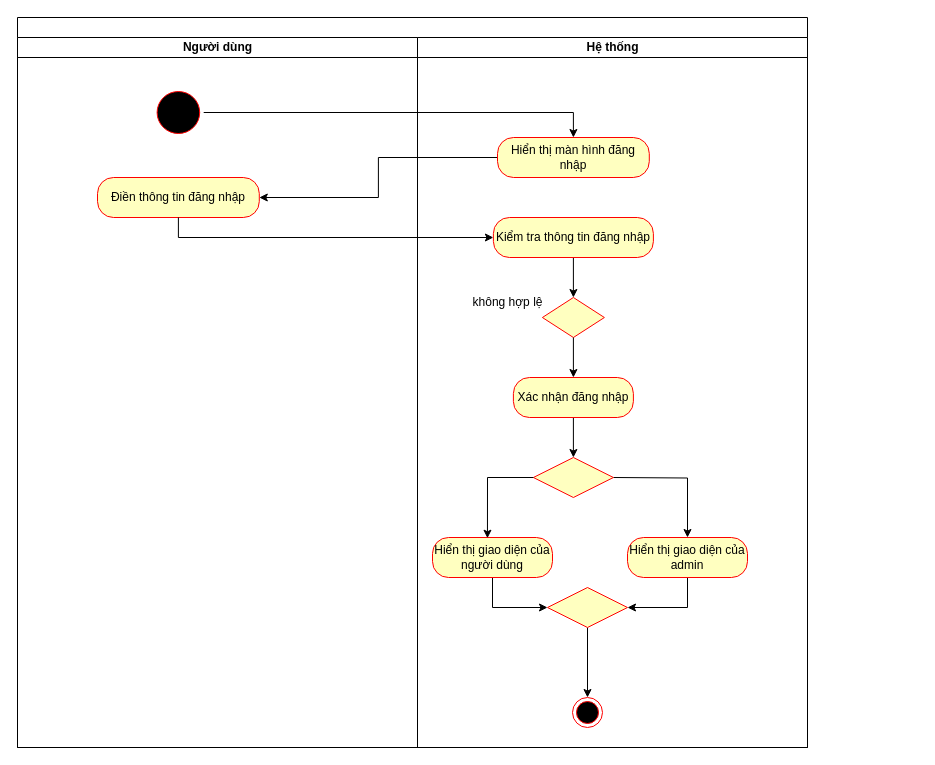
Earlier version of the draw.io diagram dangnhap.drawio (nhan-ntt/SE). Source tidied: cells renumbered, new cells numbered last; positions are measured from the earlier drawing's top-left corner, leaving out a move shared by most shapes. Both pictures are drawn from the tidied source at 100%, with x=0, y=0 at pixel (17, 17).
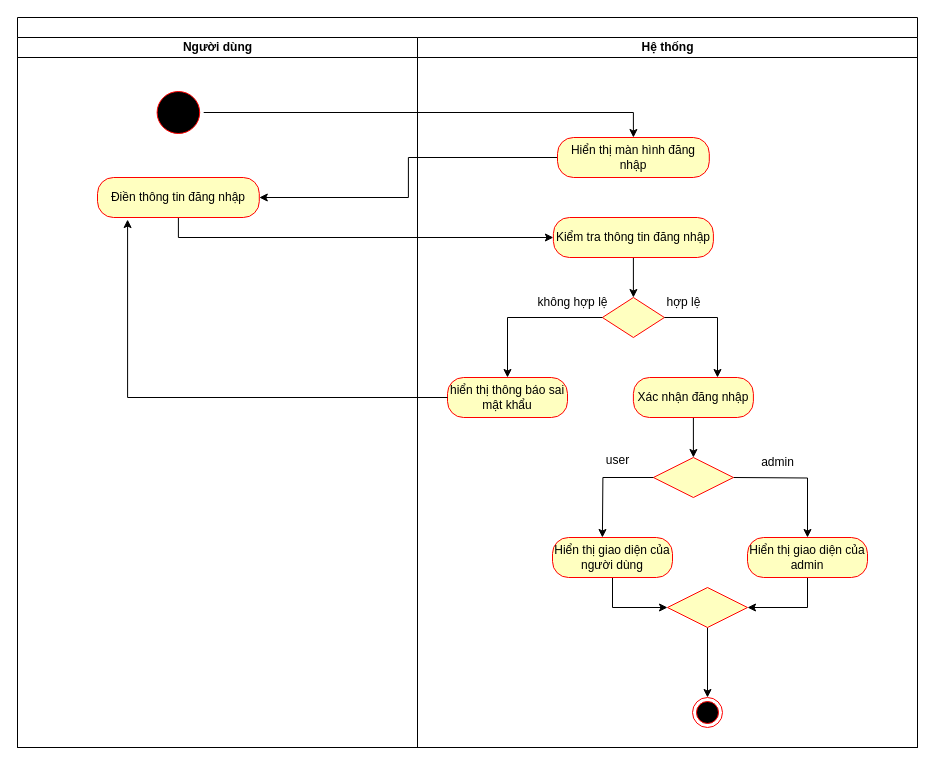
Above is the later version.

Unchanged cells that the change refers to:
```xml
<mxCell id="4" style="ellipse;shape=startState;fillColor=#000000;strokeColor=#ff0000;" parent="3" vertex="1">
  <mxGeometry x="135.6" y="50" width="50.6" height="50" as="geometry" />
</mxCell>
<mxCell id="5" value="Điền thông tin đăng nhập" style="rounded=1;whiteSpace=wrap;html=1;arcSize=40;fontColor=#000000;fillColor=#ffffc0;strokeColor=#ff0000;" parent="3" vertex="1">
  <mxGeometry x="80" y="140" width="161.8" height="40" as="geometry" />
</mxCell>
```

Diff of the diagram source:
```diff
@@
     <mxCell id="2" style="swimlane;startSize=20;html=1;" parent="1" vertex="1">
-      <mxGeometry width="790" height="730" as="geometry" />
+      <mxGeometry width="900" height="730" as="geometry" />
     </mxCell>
+    <mxCell id="6" style="edgeStyle=orthogonalEdgeStyle;rounded=0;jettySize=auto;html=1;" parent="2" edge="1" source="12" target="5">
+      <mxGeometry relative="1" as="geometry" />
+    </mxCell>
+    <mxCell id="7" style="edgeStyle=orthogonalEdgeStyle;rounded=0;jettySize=auto;html=1;exitX=1;exitY=0.5;exitDx=0;exitDy=0;entryX=0.5;entryY=0;entryDx=0;entryDy=0;" parent="2" edge="1" source="4" target="12">
+      <mxGeometry relative="1" as="geometry" />
+    </mxCell>
+    <mxCell id="8" style="edgeStyle=orthogonalEdgeStyle;rounded=0;jettySize=auto;html=1;exitX=0.5;exitY=1;exitDx=0;exitDy=0;entryX=0;entryY=0.5;entryDx=0;entryDy=0;" parent="2" edge="1" source="5" target="11">
+      <mxGeometry relative="1" as="geometry" />
+    </mxCell>
@@
-    <mxCell id="6" style="edgeStyle=orthogonalEdgeStyle;rounded=0;jettySize=auto;html=1;" parent="2" edge="1" source="12" target="5">
-      <mxGeometry relative="1" as="geometry" />
-    </mxCell>
-    <mxCell id="7" style="edgeStyle=orthogonalEdgeStyle;rounded=0;jettySize=auto;html=1;exitX=1;exitY=0.5;exitDx=0;exitDy=0;entryX=0.5;entryY=0;entryDx=0;entryDy=0;" parent="2" edge="1" source="4" target="12">
-      <mxGeometry relative="1" as="geometry" />
-    </mxCell>
-    <mxCell id="8" style="edgeStyle=orthogonalEdgeStyle;rounded=0;jettySize=auto;html=1;exitX=0.5;exitY=1;exitDx=0;exitDy=0;entryX=0;entryY=0.5;entryDx=0;entryDy=0;" parent="2" edge="1" source="5" target="11">
-      <mxGeometry relative="1" as="geometry" />
-    </mxCell>
     <mxCell id="9" value="Hệ thống" style="swimlane;startSize=20;html=1;" parent="2" vertex="1">
-      <mxGeometry x="400" y="20" width="390" height="710" as="geometry" />
+      <mxGeometry x="400" y="20" width="500" height="710" as="geometry" />
     </mxCell>
@@
     <mxCell id="11" value="Kiểm tra thông tin đăng nhập" style="whiteSpace=wrap;html=1;fillColor=#ffffc0;strokeColor=#ff0000;fontColor=#000000;rounded=1;arcSize=40;" parent="9" vertex="1">
-      <mxGeometry x="75.9" y="180" width="160" height="40" as="geometry" />
+      <mxGeometry x="135.9" y="180" width="160" height="40" as="geometry" />
     </mxCell>
     <mxCell id="12" value="Hiển thị màn hình đăng nhập" style="rounded=1;whiteSpace=wrap;html=1;arcSize=40;fontColor=#000000;fillColor=#ffffc0;strokeColor=#ff0000;" parent="9" vertex="1">
-      <mxGeometry x="80" y="100" width="151.8" height="40" as="geometry" />
+      <mxGeometry x="140" y="100" width="151.8" height="40" as="geometry" />
     </mxCell>
     <mxCell id="13" style="rhombus;whiteSpace=wrap;html=1;fillColor=#ffffc0;strokeColor=#ff0000;fontColor=#000000;rounded=1;arcSize=0;" parent="9" vertex="1">
-      <mxGeometry x="124.9" y="260" width="62" height="40" as="geometry" />
+      <mxGeometry x="184.9" y="260" width="62" height="40" as="geometry" />
     </mxCell>
-    <mxCell id="14" value="không hợp lệ" style="text;html=1;align=center;verticalAlign=middle;strokeColor=none;fillColor=none;" parent="9" vertex="1">
-      <mxGeometry x="45" y="250" width="90" height="30" as="geometry" />
+    <mxCell id="14" value="hợp lệ" style="text;html=1;align=center;verticalAlign=middle;strokeColor=none;fillColor=none;" parent="9" vertex="1">
+      <mxGeometry x="235.9" y="250" width="60" height="30" as="geometry" />
     </mxCell>
@@
     <mxCell id="16" value="Xác nhận đăng nhập" style="rounded=1;whiteSpace=wrap;html=1;arcSize=40;fontColor=#000000;fillColor=#ffffc0;strokeColor=#ff0000;" parent="9" vertex="1">
-      <mxGeometry x="95.9" y="340" width="120" height="40" as="geometry" />
+      <mxGeometry x="215.9" y="340" width="120" height="40" as="geometry" />
     </mxCell>
-    <mxCell id="17" style="edgeStyle=orthogonalEdgeStyle;rounded=0;jettySize=auto;html=1;exitX=0.5;exitY=1;exitDx=0;exitDy=0;" parent="9" edge="1" source="13" target="16">
-      <mxGeometry relative="1" as="geometry" />
+    <mxCell id="17" style="edgeStyle=orthogonalEdgeStyle;rounded=0;jettySize=auto;html=1;exitX=1;exitY=0.5;exitDx=0;exitDy=0;" parent="9" edge="1" source="13" target="16">
+      <mxGeometry relative="1" as="geometry">
+        <Array as="points">
+          <mxPoint x="300" y="280" />
+        </Array>
+      </mxGeometry>
     </mxCell>
     <mxCell id="18" style="edgeStyle=orthogonalEdgeStyle;rounded=0;jettySize=auto;html=1;exitX=1;exitY=0.5;exitDx=0;exitDy=0;" parent="9" edge="1" source="20">
       <mxGeometry relative="1" as="geometry">
-        <mxPoint x="196.1" y="439.7" as="targetPoint" />
+        <mxPoint x="316.1" y="439.7" as="targetPoint" />
       </mxGeometry>
     </mxCell>
     <mxCell id="19" style="edgeStyle=orthogonalEdgeStyle;rounded=0;jettySize=auto;html=1;entryX=0.5;entryY=0;entryDx=0;entryDy=0;" parent="9" edge="1" target="25">
       <mxGeometry relative="1" as="geometry">
-        <mxPoint x="195.9" y="440" as="sourcePoint" />
+        <mxPoint x="315.9" y="440" as="sourcePoint" />
       </mxGeometry>
     </mxCell>
     <mxCell id="20" style="rhombus;whiteSpace=wrap;html=1;fontColor=#000000;fillColor=#ffffc0;strokeColor=#ff0000;" parent="9" vertex="1">
-      <mxGeometry x="115.9" y="420" width="80" height="40" as="geometry" />
+      <mxGeometry x="235.9" y="420" width="80" height="40" as="geometry" />
     </mxCell>
@@
     <mxCell id="22" value="Hiển thị giao diện của người dùng" style="rounded=1;whiteSpace=wrap;html=1;arcSize=40;fontColor=#000000;fillColor=#ffffc0;strokeColor=#ff0000;" parent="9" vertex="1">
-      <mxGeometry x="15" y="500" width="120" height="40" as="geometry" />
+      <mxGeometry x="135" y="500" width="120" height="40" as="geometry" />
     </mxCell>
-    <mxCell id="23" style="edgeStyle=orthogonalEdgeStyle;rounded=0;jettySize=auto;html=1;exitX=0;exitY=0.5;exitDx=0;exitDy=0;entryX=0.458;entryY=0.018;entryDx=0;entryDy=0;entryPerimeter=0;" parent="9" edge="1" source="20" target="22">
-      <mxGeometry relative="1" as="geometry" />
+    <mxCell id="23" style="edgeStyle=orthogonalEdgeStyle;rounded=0;jettySize=auto;html=1;exitX=0;exitY=0.5;exitDx=0;exitDy=0;entryX=0.458;entryY=0.018;entryDx=0;entryDy=0;entryPerimeter=0;" parent="9" edge="1" source="20">
+      <mxGeometry relative="1" as="geometry">
+        <mxPoint x="184.9" y="500" as="targetPoint" />
+      </mxGeometry>
     </mxCell>
@@
     <mxCell id="25" value="Hiển thị giao diện của admin" style="rounded=1;whiteSpace=wrap;html=1;arcSize=40;fontColor=#000000;fillColor=#ffffc0;strokeColor=#ff0000;" parent="9" vertex="1">
-      <mxGeometry x="210" y="500" width="120" height="40" as="geometry" />
+      <mxGeometry x="330" y="500" width="120" height="40" as="geometry" />
     </mxCell>
     <mxCell id="26" style="ellipse;html=1;shape=endState;fillColor=#000000;strokeColor=#ff0000;" parent="9" vertex="1">
-      <mxGeometry x="155" y="660" width="30" height="30" as="geometry" />
+      <mxGeometry x="275" y="660" width="30" height="30" as="geometry" />
     </mxCell>
@@
     <mxCell id="28" style="rhombus;whiteSpace=wrap;html=1;fontColor=#000000;fillColor=#ffffc0;strokeColor=#ff0000;" parent="9" vertex="1">
-      <mxGeometry x="130" y="550" width="80" height="40" as="geometry" />
+      <mxGeometry x="250" y="550" width="80" height="40" as="geometry" />
     </mxCell>
+    <mxCell id="29" value="không hợp lệ" style="text;html=1;align=center;verticalAlign=middle;strokeColor=none;fillColor=none;" parent="9" vertex="1">
+      <mxGeometry x="110" y="250" width="90" height="30" as="geometry" />
+    </mxCell>
+    <mxCell id="30" value="hiển thị thông báo sai mật khẩu" style="rounded=1;whiteSpace=wrap;html=1;arcSize=40;fontColor=#000000;fillColor=#ffffc0;strokeColor=#ff0000;" parent="9" vertex="1">
+      <mxGeometry x="30" y="340" width="120" height="40" as="geometry" />
+    </mxCell>
+    <mxCell id="31" style="edgeStyle=orthogonalEdgeStyle;rounded=0;jettySize=auto;html=1;exitX=0;exitY=0.5;exitDx=0;exitDy=0;entryX=0.5;entryY=0;entryDx=0;entryDy=0;" parent="9" edge="1" source="13" target="30">
+      <mxGeometry relative="1" as="geometry" />
+    </mxCell>
+    <mxCell id="32" value="admin" style="text;html=1;align=center;verticalAlign=middle;strokeColor=none;fillColor=none;" parent="9" vertex="1">
+      <mxGeometry x="330" y="410" width="60" height="30" as="geometry" />
+    </mxCell>
+    <mxCell id="33" style="edgeStyle=orthogonalEdgeStyle;rounded=0;jettySize=auto;html=1;exitX=0;exitY=0.5;exitDx=0;exitDy=0;entryX=0.186;entryY=1.051;entryDx=0;entryDy=0;entryPerimeter=0;" parent="2" edge="1" source="30" target="5">
+      <mxGeometry relative="1" as="geometry" />
+    </mxCell>
+    <mxCell id="34" value="user" style="text;html=1;align=center;verticalAlign=middle;strokeColor=none;fillColor=none;" parent="1" vertex="1">
+      <mxGeometry x="575" y="428" width="50" height="30" as="geometry" />
+    </mxCell>
```
